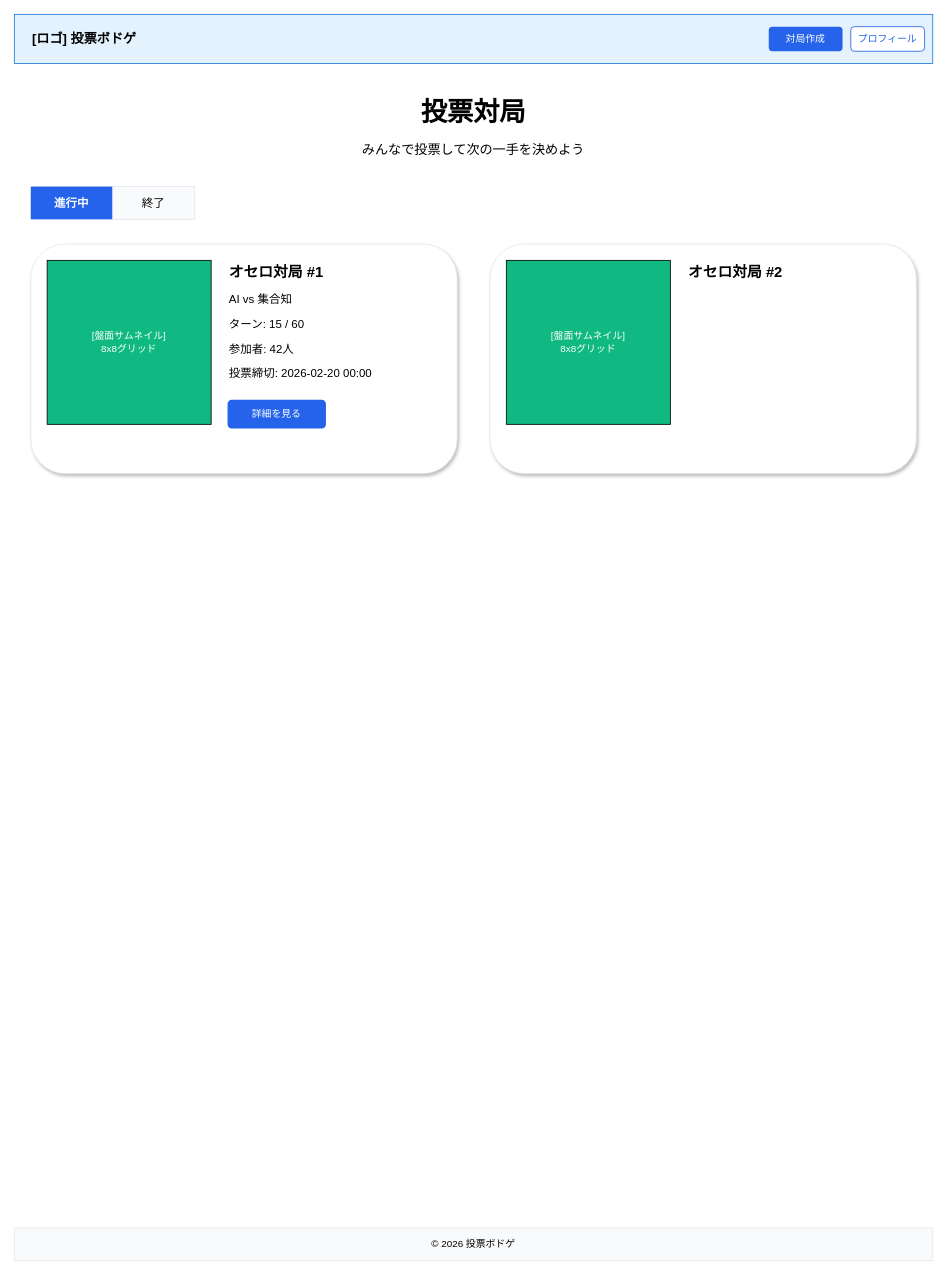
This is docs/wireframes/01-top-page.drawio from satoshi256kbyte/vote-board-game, a draw.io file, before an edit. Source tidied: cells renumbered, new cells numbered last; positions are measured from the earlier drawing's top-left corner, leaving out a move shared by most shapes. Both pictures are drawn from the tidied source at 82%, with x=0, y=0 at pixel (14, 14).
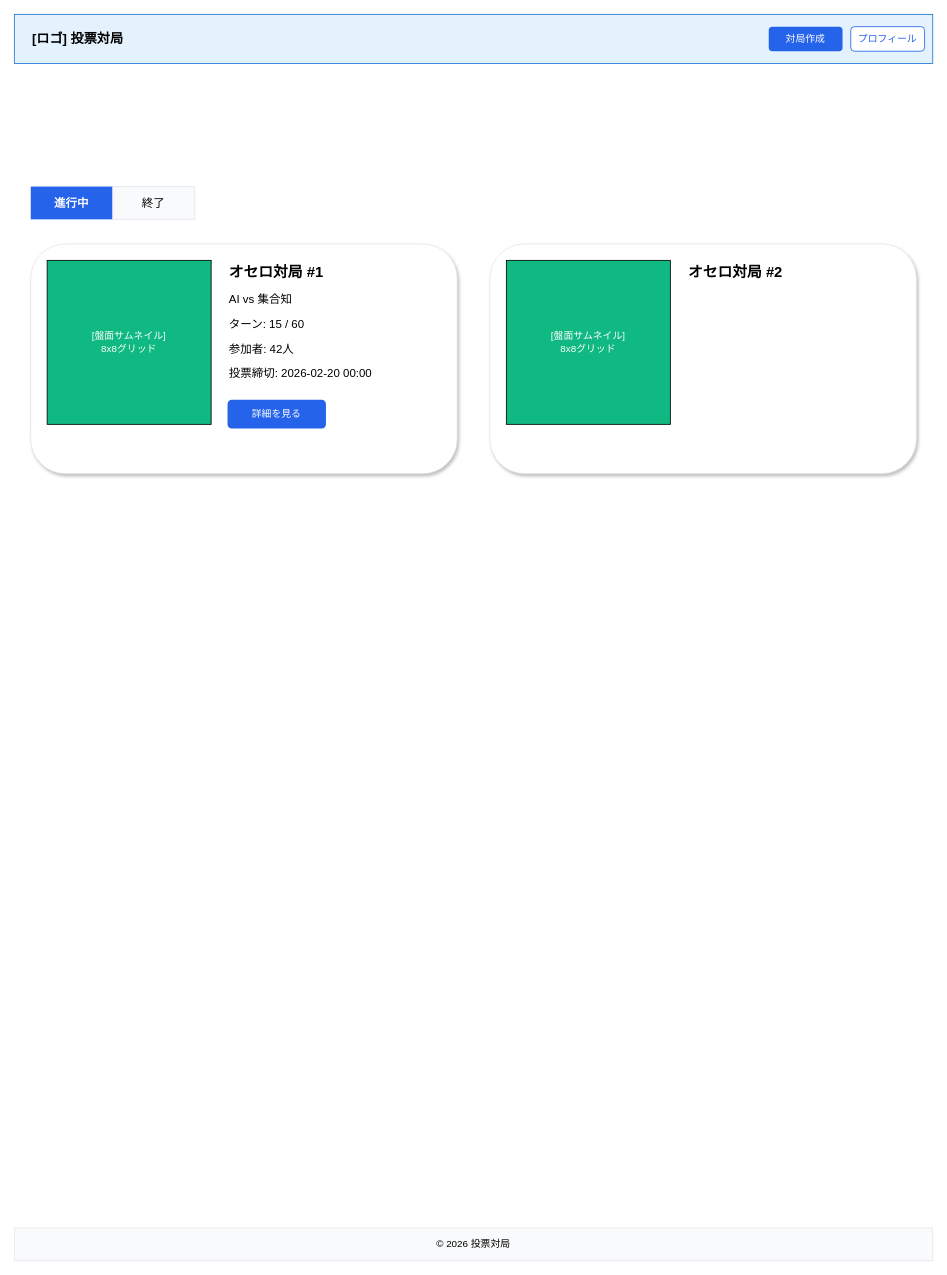
Above is the later version.

Change to the diagram source:
```diff
@@
-    <mxCell id="3" value="[ロゴ] 投票ボドゲ" style="text;html=1;strokeColor=none;fillColor=none;align=left;verticalAlign=middle;whiteSpace=wrap;rounded=0;fontSize=16;fontStyle=1;" parent="1" vertex="1">
+    <mxCell id="3" value="[ロゴ] 投票対局" style="text;html=1;strokeColor=none;fillColor=none;align=left;verticalAlign=middle;whiteSpace=wrap;rounded=0;fontSize=16;fontStyle=1;" parent="1" vertex="1">
       <mxGeometry x="20" y="15" width="200" height="30" as="geometry" />
     </mxCell>
@@
-    <mxCell id="6" value="投票対局" style="text;html=1;strokeColor=none;fillColor=none;align=center;verticalAlign=middle;whiteSpace=wrap;rounded=0;fontSize=32;fontStyle=1;" parent="1" vertex="1">
-      <mxGeometry x="360" y="100" width="400" height="40" as="geometry" />
-    </mxCell>
-    <mxCell id="7" value="みんなで投票して次の一手を決めよう" style="text;html=1;strokeColor=none;fillColor=none;align=center;verticalAlign=middle;whiteSpace=wrap;rounded=0;fontSize=16;" parent="1" vertex="1">
-      <mxGeometry x="360" y="150" width="400" height="30" as="geometry" />
-    </mxCell>
@@
-    <mxCell id="21" value="© 2026 投票ボドゲ" style="rounded=0;whiteSpace=wrap;html=1;fillColor=#f9fafb;strokeColor=#e5e7eb;align=center;" parent="1" vertex="1">
+    <mxCell id="21" value="© 2026 投票対局" style="rounded=0;whiteSpace=wrap;html=1;fillColor=#f9fafb;strokeColor=#e5e7eb;align=center;" parent="1" vertex="1">
       <mxGeometry y="1480" width="1120" height="40" as="geometry" />
     </mxCell>
```
